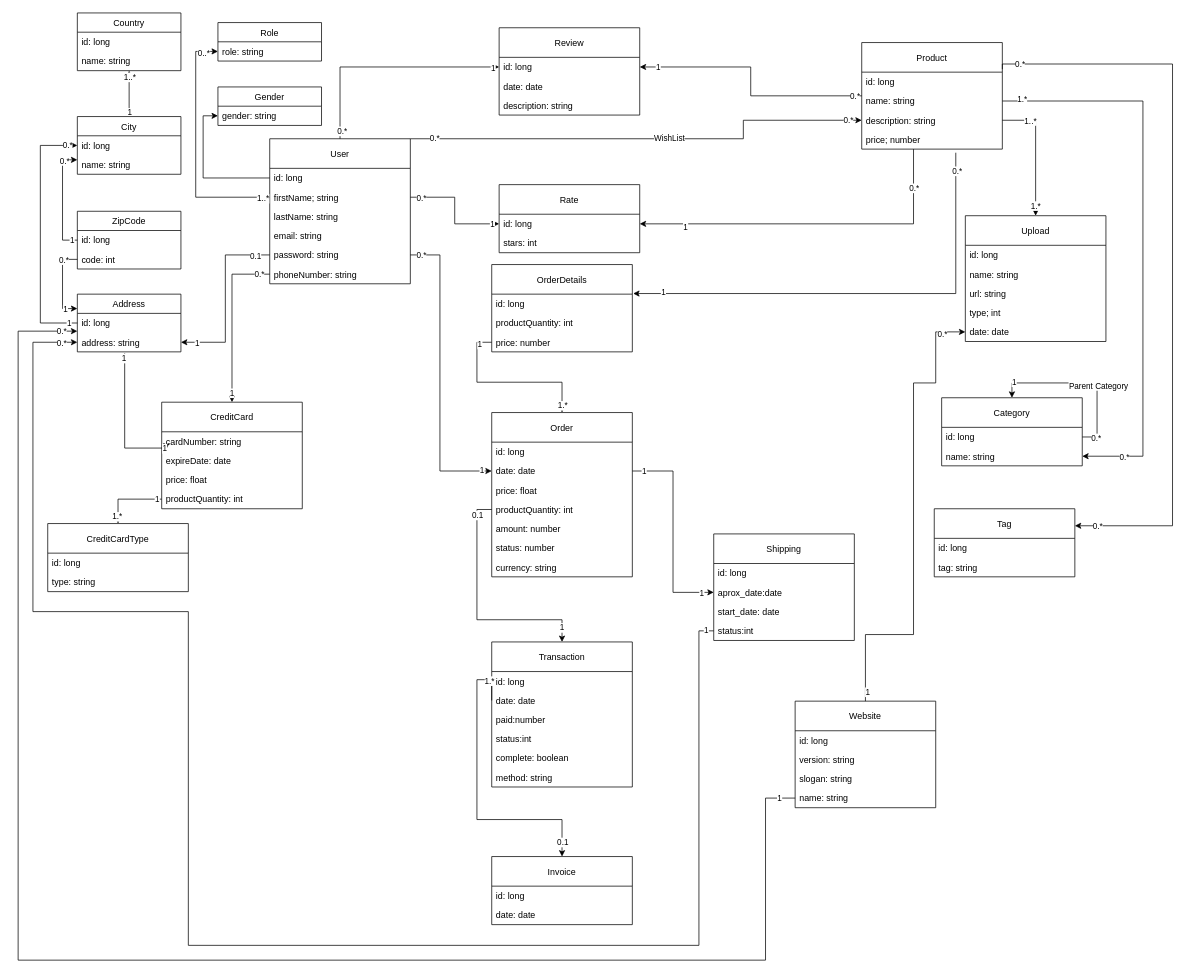
Before: page "Ecommerce basic model" (1 of 4) of Class Diagram.drawio in Psycomentis06/AZIT-e-commerce-API-doc, a draw.io diagram. Source tidied: cells renumbered, new cells numbered last; positions are measured from the earlier drawing's top-left corner, leaving out a move shared by most shapes. Both pictures are drawn from the tidied source at 74%, with x=0, y=0 at pixel (18, 13).
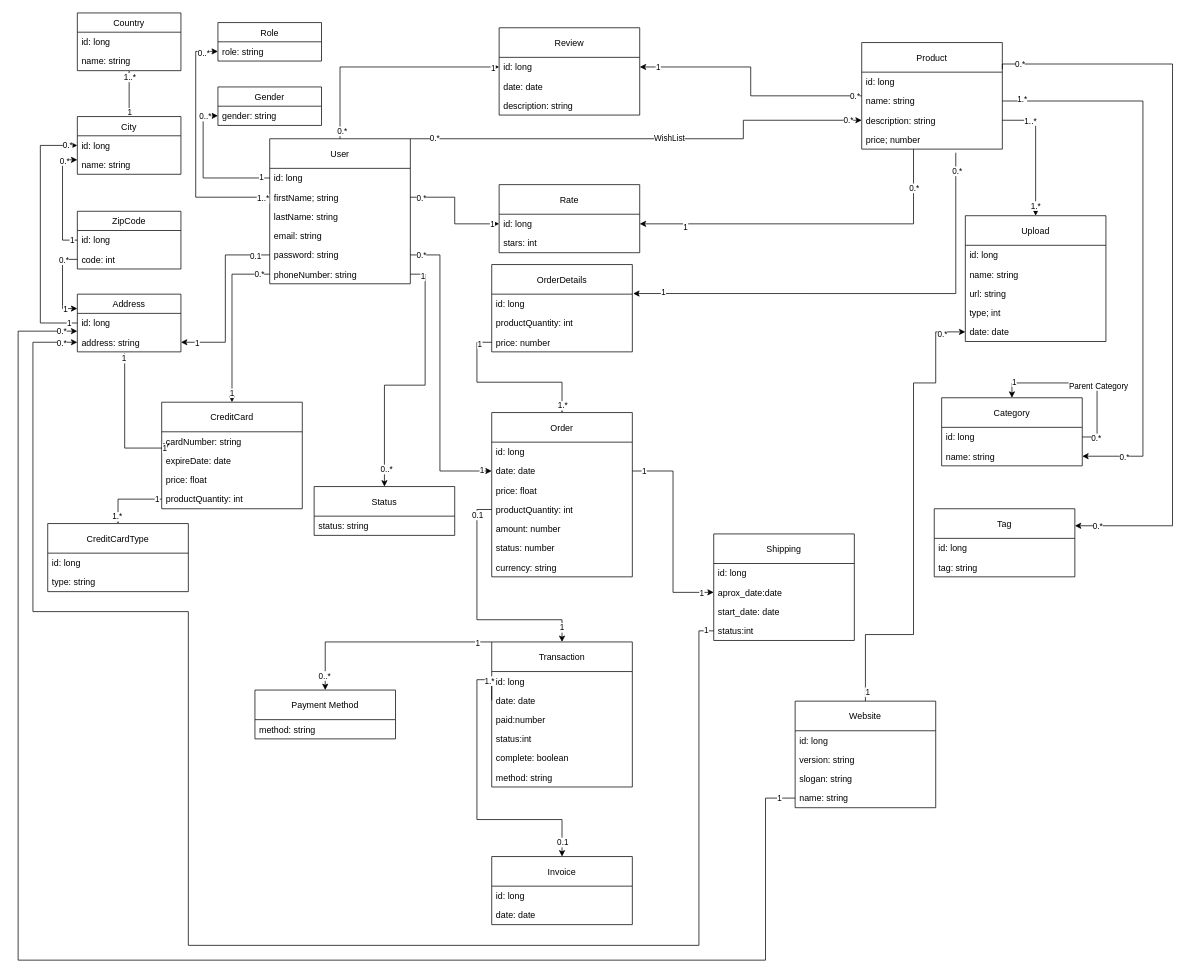
The same page after the edit.

Unchanged cells that the change refers to:
```xml
<mxCell id="15" value="phoneNumber: string" style="text;strokeColor=none;fillColor=none;align=left;verticalAlign=top;spacingLeft=4;spacingRight=4;overflow=hidden;points=[[0,0.5],[1,0.5]];portConstraint=eastwest;" parent="9" vertex="1">
  <mxGeometry y="170" width="190" height="26" as="geometry" />
</mxCell>
<mxCell id="97" value="Transaction" style="swimlane;fontStyle=0;horizontal=1;startSize=40;fillColor=none;" parent="1" vertex="1">
  <mxGeometry x="640" y="850" width="190" height="196" as="geometry" />
</mxCell>
<mxCell id="172" style="edgeStyle=orthogonalEdgeStyle;rounded=0;jettySize=auto;html=1;exitX=0;exitY=0.5;exitDx=0;exitDy=0;entryX=0;entryY=0.5;entryDx=0;entryDy=0;" parent="1" edge="1" source="10" target="171">
  <mxGeometry relative="1" as="geometry" />
</mxCell>
```

Diff of the diagram source:
```diff
@@
+    <mxCell id="173" style="edgeStyle=orthogonalEdgeStyle;rounded=0;jettySize=auto;html=1;exitX=0;exitY=0;exitDx=0;exitDy=0;entryX=0.5;entryY=0;entryDx=0;entryDy=0;" parent="1" edge="1" source="97" target="183">
+      <mxGeometry relative="1" as="geometry">
+        <Array as="points">
+          <mxPoint x="415" y="850" />
+        </Array>
+      </mxGeometry>
+    </mxCell>
+    <mxCell id="174" value="1" style="edgeLabel;html=1;align=center;verticalAlign=middle;" parent="173" vertex="1">
+      <mxGeometry x="-0.86" y="1" relative="1" as="geometry" />
+    </mxCell>
+    <mxCell id="175" value="0..*" style="edgeLabel;html=1;align=center;verticalAlign=middle;" parent="173" vertex="1">
+      <mxGeometry x="0.86" y="-2" relative="1" as="geometry" />
+    </mxCell>
@@
+    <mxCell id="176" value="1" style="edgeLabel;html=1;align=center;verticalAlign=middle;" parent="172" vertex="1">
+      <mxGeometry x="-0.88" y="-2" relative="1" as="geometry" />
+    </mxCell>
+    <mxCell id="177" value="0..*" style="edgeLabel;html=1;align=center;verticalAlign=middle;" parent="172" vertex="1">
+      <mxGeometry x="0.81" relative="1" as="geometry" />
+    </mxCell>
+    <mxCell id="178" value="Status" style="swimlane;fontStyle=0;horizontal=1;startSize=40;fillColor=none;" parent="1" vertex="1">
+      <mxGeometry x="400" y="640" width="190" height="66" as="geometry" />
+    </mxCell>
+    <mxCell id="179" value="status: string" style="text;strokeColor=none;fillColor=none;align=left;verticalAlign=top;spacingLeft=4;spacingRight=4;overflow=hidden;" parent="178" vertex="1">
+      <mxGeometry y="40" width="190" height="26" as="geometry" />
+    </mxCell>
+    <mxCell id="180" style="edgeStyle=orthogonalEdgeStyle;rounded=0;jettySize=auto;html=1;exitX=1;exitY=0.5;exitDx=0;exitDy=0;entryX=0.5;entryY=0;entryDx=0;entryDy=0;" parent="1" edge="1" source="15" target="178">
+      <mxGeometry relative="1" as="geometry" />
+    </mxCell>
+    <mxCell id="181" value="1" style="edgeLabel;html=1;align=center;verticalAlign=middle;" parent="180" vertex="1">
+      <mxGeometry x="-0.91" y="-2" relative="1" as="geometry" />
+    </mxCell>
+    <mxCell id="182" value="0..*" style="edgeLabel;html=1;align=center;verticalAlign=middle;" parent="180" vertex="1">
+      <mxGeometry x="0.87" y="2" relative="1" as="geometry" />
+    </mxCell>
+    <mxCell id="183" value="Payment Method" style="swimlane;fontStyle=0;horizontal=1;startSize=40;fillColor=none;" parent="1" vertex="1">
+      <mxGeometry x="320" y="915" width="190" height="66" as="geometry" />
+    </mxCell>
+    <mxCell id="184" value="method: string" style="text;strokeColor=none;fillColor=none;align=left;verticalAlign=top;spacingLeft=4;spacingRight=4;overflow=hidden;" parent="183" vertex="1">
+      <mxGeometry y="40" width="190" height="26" as="geometry" />
+    </mxCell>
```
